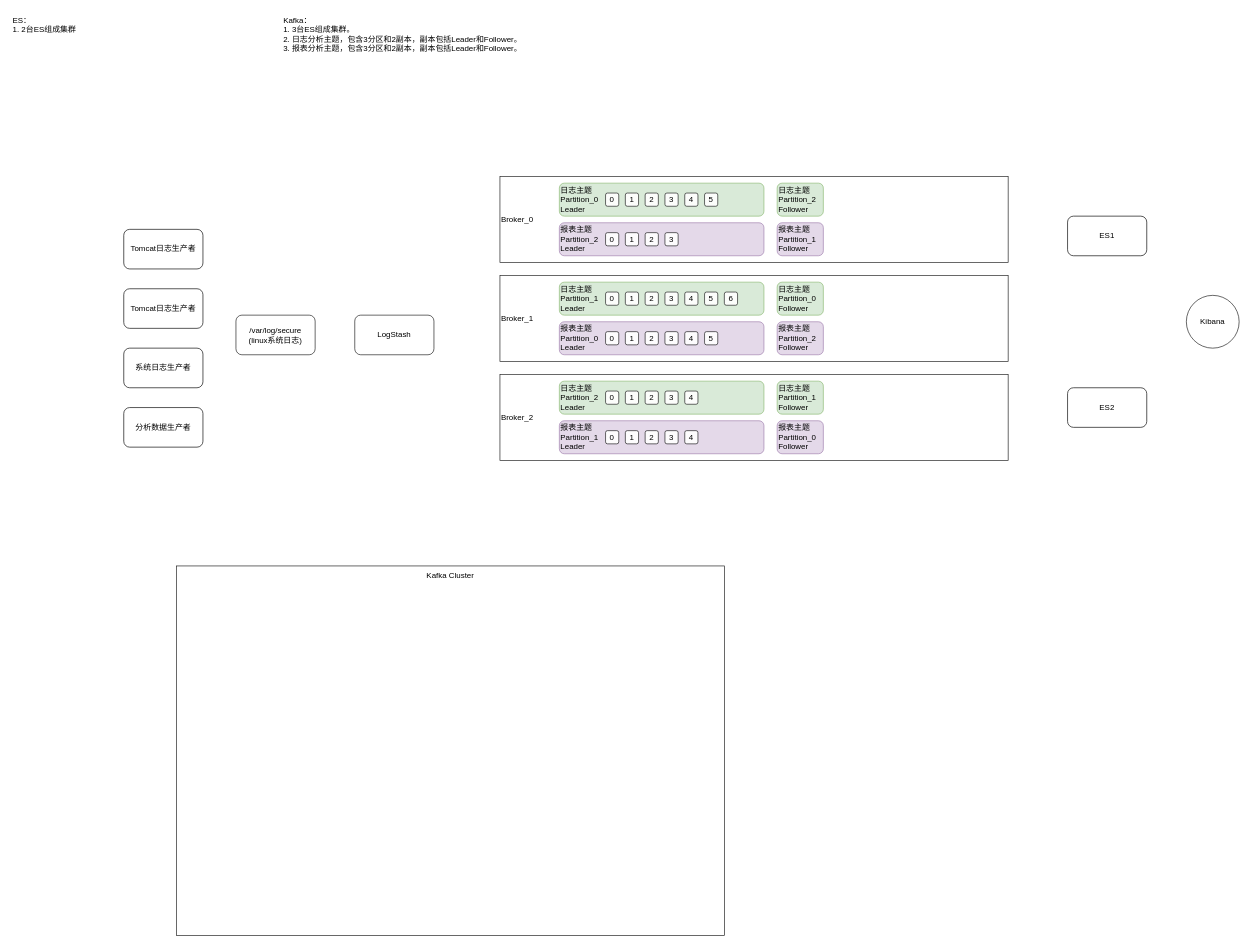
Earlier version of the draw.io diagram space/Kafka ELK.drawio (lewinlee/draw.io). Source tidied: cells renumbered, new cells numbered last; positions are measured from the earlier drawing's top-left corner, leaving out a move shared by most shapes. Both pictures are drawn from the tidied source at 66%, with x=0, y=0 at pixel (11, 11).
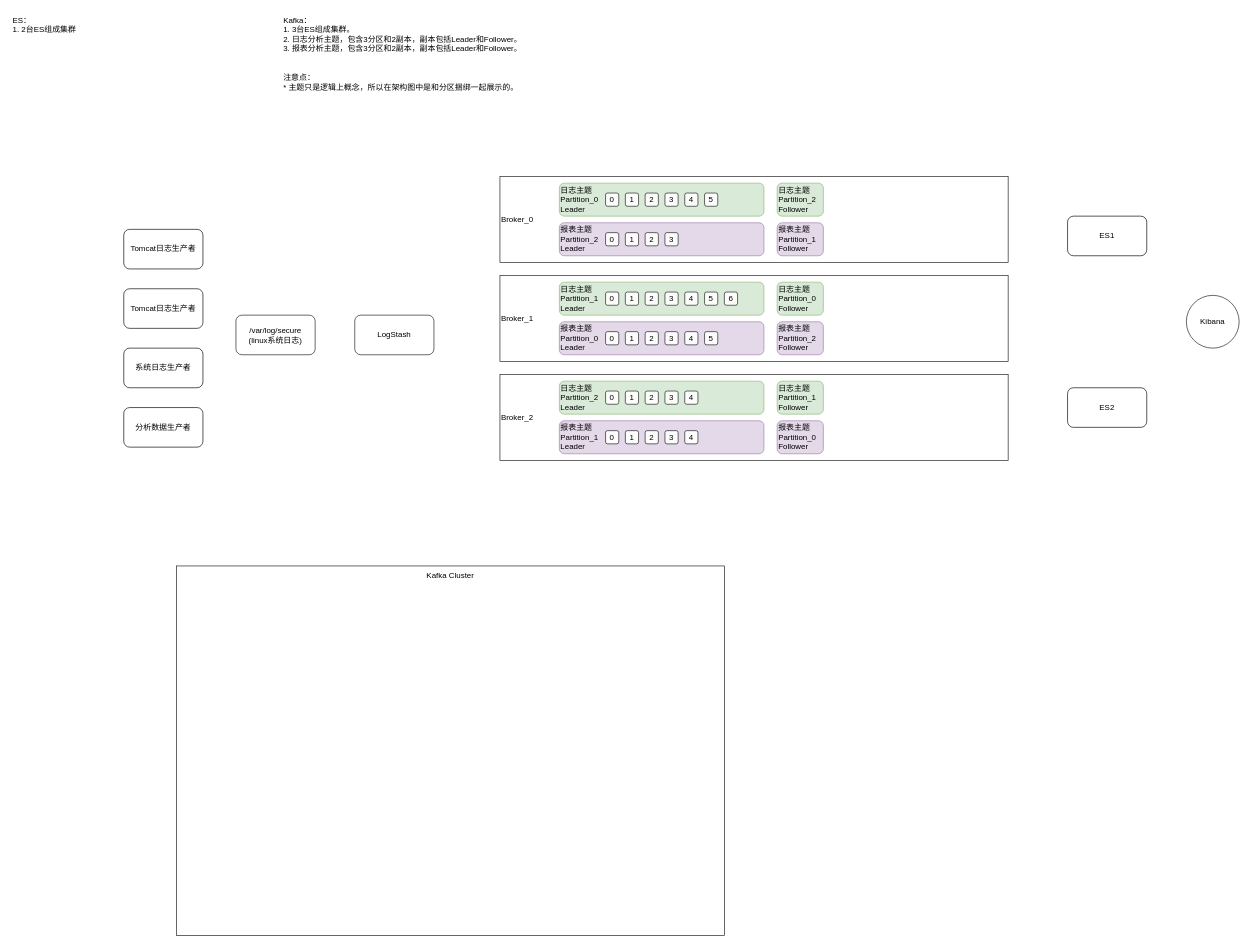
After the change.

Diff of the diagram source:
```diff
@@
-    <mxCell id="15" value="Kafka：&lt;br&gt;1. 3台ES组成集群。&lt;br&gt;2. 日志分析主题，包含3分区和2副本，副本包括Leader和Follower。&lt;br&gt;3. 报表分析主题，包含3分区和2副本，副本包括Leader和Follower。&lt;br&gt;" style="text;html=1;strokeColor=none;fillColor=none;align=left;verticalAlign=top;whiteSpace=wrap;rounded=0;opacity=90;" parent="1" vertex="1">
+    <mxCell id="15" value="Kafka：&lt;br&gt;1. 3台ES组成集群。&lt;br&gt;2. 日志分析主题，包含3分区和2副本，副本包括Leader和Follower。&lt;br&gt;3. 报表分析主题，包含3分区和2副本，副本包括Leader和Follower。&lt;br&gt;&lt;br&gt;&lt;br&gt;注意点：&lt;br&gt;* 主题只是逻辑上概念，所以在架构图中是和分区捆绑一起展示的。" style="text;html=1;strokeColor=none;fillColor=none;align=left;verticalAlign=top;whiteSpace=wrap;rounded=0;opacity=90;" parent="1" vertex="1">
       <mxGeometry x="410" width="380" height="200" as="geometry" />
     </mxCell>
```
